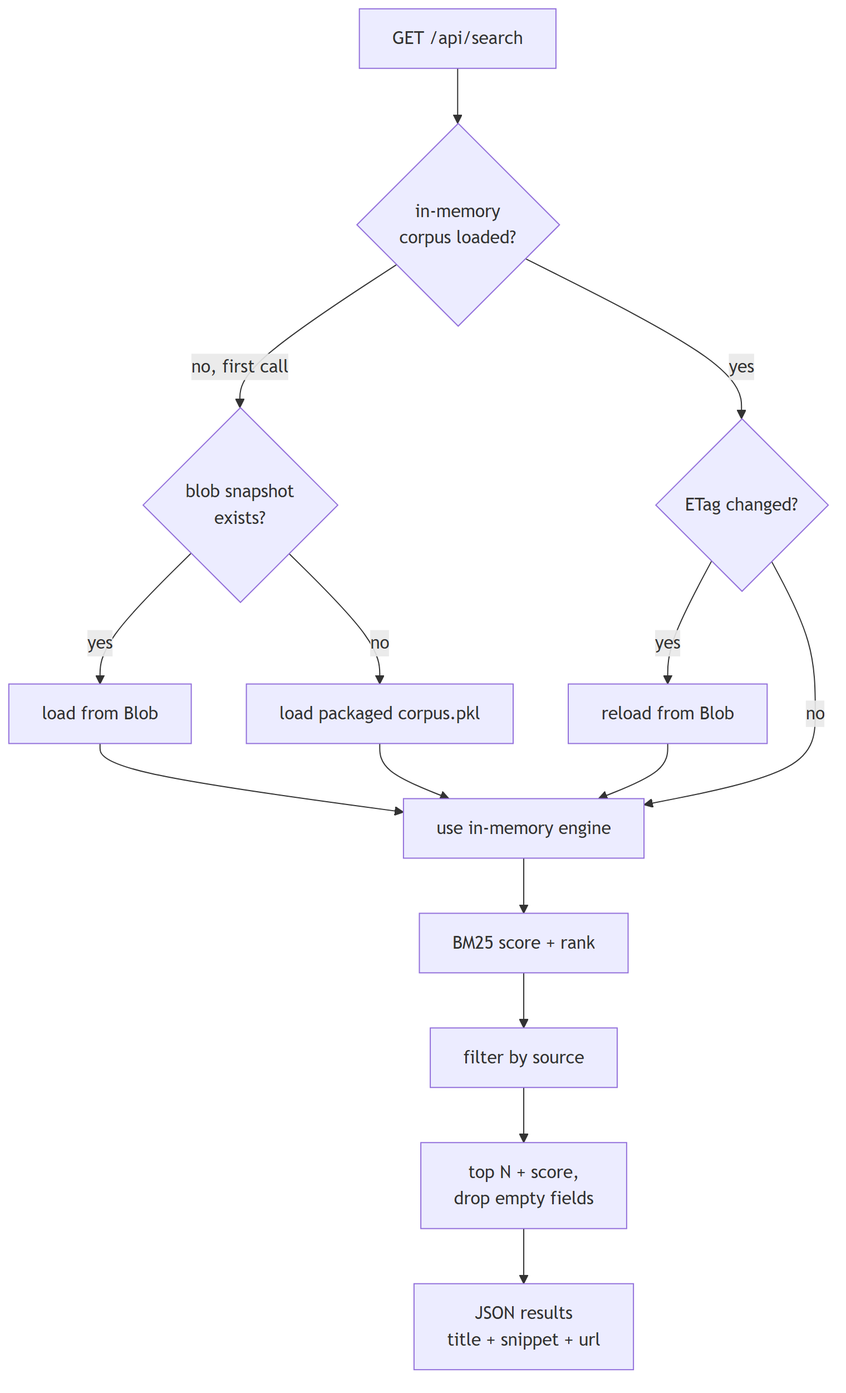
SteveCInVA/AllofUs-Agent keeps this Mermaid diagram as docs/diagrams/3-search-flow.png. Above is the earlier version. Its source is kept beside it as docs/diagrams/3-search-flow.mmd. Source of this version:
```mermaid
flowchart TB
    Q["GET /api/search"] --> ENG{"in-memory<br/>corpus loaded?"}

    ENG -- "no, first call" --> L1{"blob snapshot<br/>exists?"}
    L1 -- "yes" --> LB["load from Blob"]
    L1 -- "no" --> LP["load packaged corpus.pkl"]

    ENG -- "yes" --> STALE{"ETag changed?"}
    STALE -- "yes" --> RB["reload from Blob"]
    STALE -- "no" --> USE["use in-memory engine"]

    LB --> USE
    LP --> USE
    RB --> USE

    USE --> SRCH["BM25 score + rank"]
    SRCH --> FLT["filter by source"]
    FLT --> TOP["top N + score,<br/>drop empty fields"]
    TOP --> J["JSON results<br/>title + snippet + url"]
```
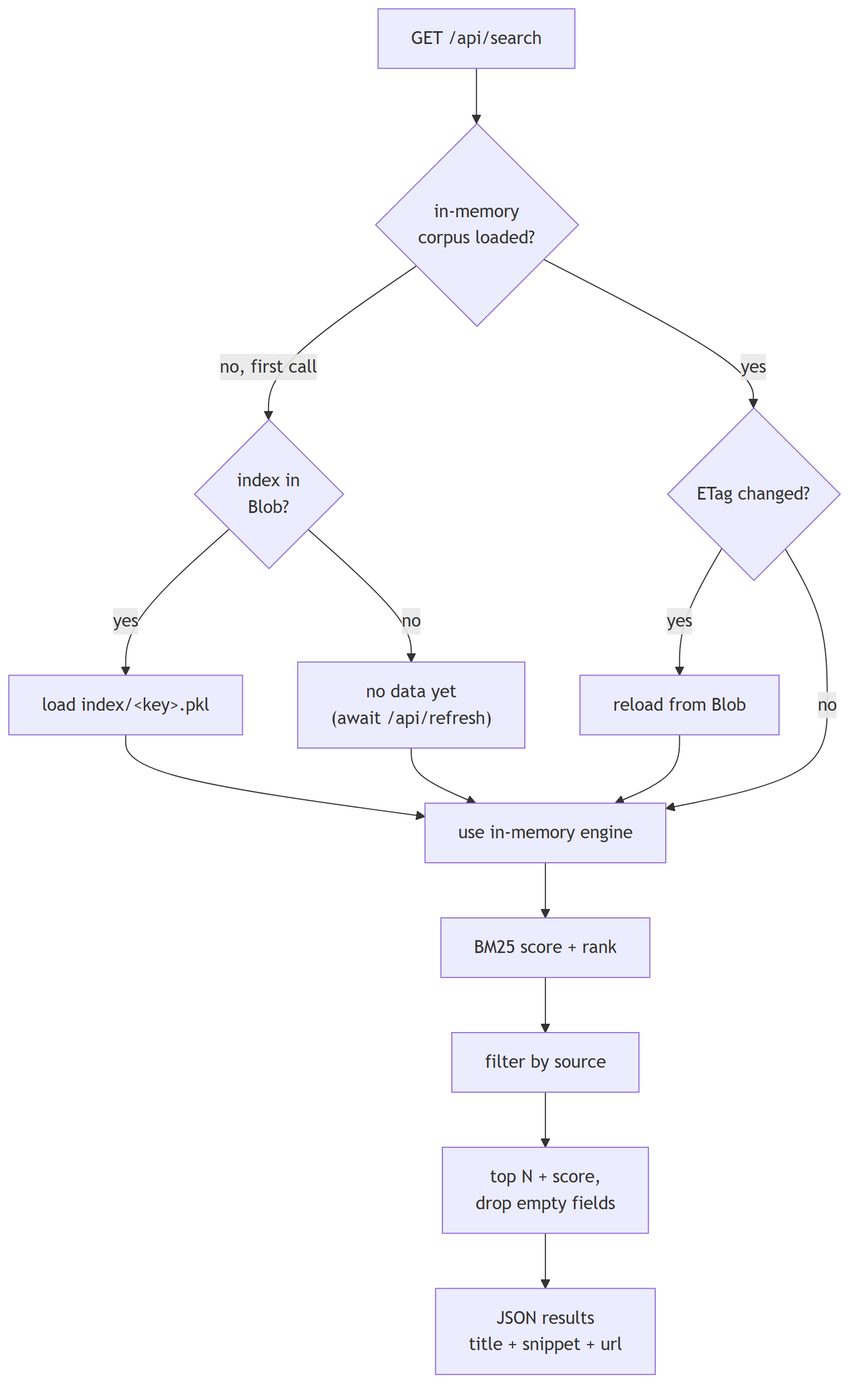
The same diagram one commit later.

Change to the diagram source:
```diff
@@ -1,9 +1,9 @@
 flowchart TB
     Q["GET /api/search"] --> ENG{"in-memory<br/>corpus loaded?"}
 
-    ENG -- "no, first call" --> L1{"blob snapshot<br/>exists?"}
-    L1 -- "yes" --> LB["load from Blob"]
-    L1 -- "no" --> LP["load packaged corpus.pkl"]
+    ENG -- "no, first call" --> L1{"index in<br/>Blob?"}
+    L1 -- "yes" --> LB["load index/&lt;key&gt;.pkl"]
+    L1 -- "no" --> LP["no data yet<br/>(await /api/refresh)"]
 
     ENG -- "yes" --> STALE{"ETag changed?"}
     STALE -- "yes" --> RB["reload from Blob"]
```
